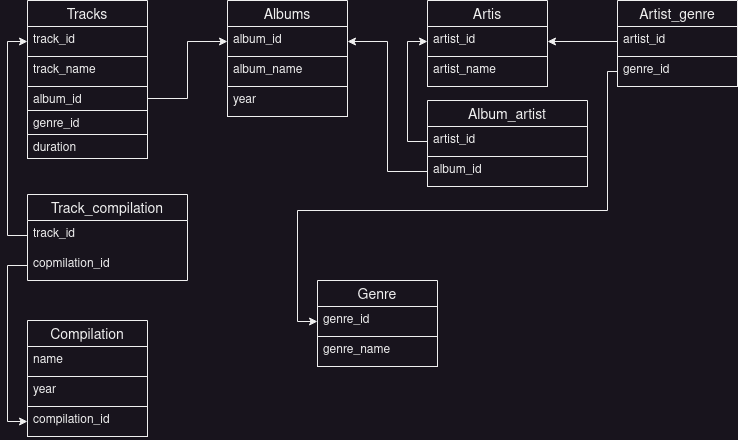
Above: schema2_1.png in gansbodom/dbs (draw.io), before the change. Source tidied: cells renumbered, new cells last; positions are measured from the earlier drawing's top-left corner, leaving out a move shared by most shapes. The source it was exported from:
```xml
<mxGraphModel>
  <root>
    <mxCell id="0" />
    <mxCell id="1" parent="0" />
    <mxCell id="2" value="Albums" style="swimlane;fontStyle=0;horizontal=1;startSize=26;align=center;fontSize=14;" parent="1" vertex="1">
      <mxGeometry x="200" width="120" height="116" as="geometry" />
    </mxCell>
    <mxCell id="3" value="album_id" style="text;strokeColor=default;fillColor=none;spacingLeft=4;spacingRight=4;overflow=hidden;points=[[0,0.5],[1,0.5]];portConstraint=eastwest;fontSize=12;whiteSpace=wrap;html=1;" parent="2" vertex="1">
      <mxGeometry y="26" width="120" height="30" as="geometry" />
    </mxCell>
    <mxCell id="4" value="album_name" style="text;strokeColor=default;fillColor=none;spacingLeft=4;spacingRight=4;overflow=hidden;fontSize=12;whiteSpace=wrap;html=1;" parent="2" vertex="1">
      <mxGeometry y="56" width="120" height="30" as="geometry" />
    </mxCell>
    <mxCell id="5" value="year" style="text;strokeColor=default;fillColor=none;spacingLeft=4;spacingRight=4;overflow=hidden;fontSize=12;whiteSpace=wrap;html=1;" parent="2" vertex="1">
      <mxGeometry y="86" width="120" height="30" as="geometry" />
    </mxCell>
    <mxCell id="6" value="Tracks" style="swimlane;fontStyle=0;horizontal=1;startSize=26;align=center;fontSize=14;" parent="1" vertex="1">
      <mxGeometry width="120" height="158" as="geometry" />
    </mxCell>
    <mxCell id="7" value="track_id" style="text;strokeColor=default;fillColor=none;spacingLeft=4;spacingRight=4;overflow=hidden;points=[[0,0.5],[1,0.5]];portConstraint=eastwest;fontSize=12;whiteSpace=wrap;html=1;" parent="6" vertex="1">
      <mxGeometry y="26" width="120" height="30" as="geometry" />
    </mxCell>
    <mxCell id="8" value="track_name" style="text;strokeColor=default;fillColor=none;spacingLeft=4;spacingRight=4;overflow=hidden;fontSize=12;whiteSpace=wrap;html=1;" parent="6" vertex="1">
      <mxGeometry y="56" width="120" height="30" as="geometry" />
    </mxCell>
    <mxCell id="9" value="album_id" style="text;strokeColor=default;fillColor=none;spacingLeft=4;spacingRight=4;overflow=hidden;points=[[0,0.5],[1,0.5]];portConstraint=eastwest;fontSize=12;whiteSpace=wrap;html=1;" parent="6" vertex="1">
      <mxGeometry y="86" width="120" height="24" as="geometry" />
    </mxCell>
    <mxCell id="10" value="genre_id" style="text;strokeColor=default;fillColor=none;spacingLeft=4;spacingRight=4;overflow=hidden;fontSize=12;whiteSpace=wrap;html=1;" parent="6" vertex="1">
      <mxGeometry y="110" width="120" height="24" as="geometry" />
    </mxCell>
    <mxCell id="11" value="duration" style="text;strokeColor=default;fillColor=none;spacingLeft=4;spacingRight=4;overflow=hidden;fontSize=12;whiteSpace=wrap;html=1;" parent="6" vertex="1">
      <mxGeometry y="134" width="120" height="24" as="geometry" />
    </mxCell>
    <mxCell id="12" value="Artis" style="swimlane;fontStyle=0;horizontal=1;startSize=26;align=center;fontSize=14;" parent="1" vertex="1">
      <mxGeometry x="400" width="120" height="86" as="geometry" />
    </mxCell>
    <mxCell id="13" value="&lt;div&gt;artist_id&lt;/div&gt;" style="text;strokeColor=default;fillColor=none;spacingLeft=4;spacingRight=4;overflow=hidden;points=[[0,0.5],[1,0.5]];portConstraint=eastwest;fontSize=12;whiteSpace=wrap;html=1;" parent="12" vertex="1">
      <mxGeometry y="26" width="120" height="30" as="geometry" />
    </mxCell>
    <mxCell id="14" value="artist_name" style="text;strokeColor=default;fillColor=none;spacingLeft=4;spacingRight=4;overflow=hidden;fontSize=12;whiteSpace=wrap;html=1;" parent="12" vertex="1">
      <mxGeometry y="56" width="120" height="30" as="geometry" />
    </mxCell>
    <mxCell id="15" value="Artist_genre" style="swimlane;fontStyle=0;horizontal=1;startSize=26;align=center;fontSize=14;" parent="1" vertex="1">
      <mxGeometry x="590" width="120" height="86" as="geometry" />
    </mxCell>
    <mxCell id="16" value="artist_id" style="text;strokeColor=default;fillColor=none;spacingLeft=4;spacingRight=4;overflow=hidden;points=[[0,0.5],[1,0.5]];portConstraint=eastwest;fontSize=12;whiteSpace=wrap;html=1;" parent="15" vertex="1">
      <mxGeometry y="26" width="120" height="30" as="geometry" />
    </mxCell>
    <mxCell id="17" value="genre_id" style="text;strokeColor=default;fillColor=none;spacingLeft=4;spacingRight=4;overflow=hidden;points=[[0,0.5],[1,0.5]];portConstraint=eastwest;fontSize=12;whiteSpace=wrap;html=1;" parent="15" vertex="1">
      <mxGeometry y="56" width="120" height="30" as="geometry" />
    </mxCell>
    <mxCell id="18" value="Genre" style="swimlane;fontStyle=0;horizontal=1;startSize=26;align=center;fontSize=14;" parent="1" vertex="1">
      <mxGeometry x="290" y="280" width="120" height="86" as="geometry" />
    </mxCell>
    <mxCell id="19" value="genre_id" style="text;strokeColor=default;fillColor=none;spacingLeft=4;spacingRight=4;overflow=hidden;points=[[0,0.5],[1,0.5]];portConstraint=eastwest;fontSize=12;whiteSpace=wrap;html=1;" parent="18" vertex="1">
      <mxGeometry y="26" width="120" height="30" as="geometry" />
    </mxCell>
    <mxCell id="20" value="genre_name" style="text;strokeColor=default;fillColor=none;spacingLeft=4;spacingRight=4;overflow=hidden;fontSize=12;whiteSpace=wrap;html=1;" parent="18" vertex="1">
      <mxGeometry y="56" width="120" height="30" as="geometry" />
    </mxCell>
    <mxCell id="21" value="Compilation" style="swimlane;fontStyle=0;horizontal=1;startSize=26;align=center;fontSize=14;" parent="1" vertex="1">
      <mxGeometry y="320" width="120" height="116" as="geometry" />
    </mxCell>
    <mxCell id="22" value="&lt;div&gt;name&lt;/div&gt;" style="text;strokeColor=default;fillColor=none;spacingLeft=4;spacingRight=4;overflow=hidden;fontSize=12;whiteSpace=wrap;html=1;" parent="21" vertex="1">
      <mxGeometry y="26" width="120" height="30" as="geometry" />
    </mxCell>
    <mxCell id="23" value="year" style="text;strokeColor=default;fillColor=none;spacingLeft=4;spacingRight=4;overflow=hidden;fontSize=12;whiteSpace=wrap;html=1;" parent="21" vertex="1">
      <mxGeometry y="56" width="120" height="30" as="geometry" />
    </mxCell>
    <mxCell id="24" value="compilation_id" style="text;strokeColor=default;fillColor=none;spacingLeft=4;spacingRight=4;overflow=hidden;points=[[0,0.5],[1,0.5]];portConstraint=eastwest;fontSize=12;whiteSpace=wrap;html=1;" parent="21" vertex="1">
      <mxGeometry y="86" width="120" height="30" as="geometry" />
    </mxCell>
    <mxCell id="25" value="Album_artist" style="swimlane;fontStyle=0;horizontal=1;startSize=26;align=center;fontSize=14;" parent="1" vertex="1">
      <mxGeometry x="400" y="100" width="160" height="86" as="geometry" />
    </mxCell>
    <mxCell id="26" value="artist_id" style="text;strokeColor=default;fillColor=none;spacingLeft=4;spacingRight=4;overflow=hidden;points=[[0,0.5],[1,0.5]];portConstraint=eastwest;fontSize=12;whiteSpace=wrap;html=1;" parent="25" vertex="1">
      <mxGeometry y="26" width="160" height="30" as="geometry" />
    </mxCell>
    <mxCell id="27" value="album_id" style="text;strokeColor=default;fillColor=none;spacingLeft=4;spacingRight=4;overflow=hidden;points=[[0,0.5],[1,0.5]];portConstraint=eastwest;fontSize=12;whiteSpace=wrap;html=1;" parent="25" vertex="1">
      <mxGeometry y="56" width="160" height="30" as="geometry" />
    </mxCell>
    <mxCell id="28" style="edgeStyle=orthogonalEdgeStyle;rounded=0;jettySize=auto;html=1;entryX=0;entryY=0.5;entryDx=0;entryDy=0;" parent="1" edge="1" source="9" target="3">
      <mxGeometry relative="1" as="geometry" />
    </mxCell>
    <mxCell id="29" style="edgeStyle=orthogonalEdgeStyle;rounded=0;jettySize=auto;html=1;entryX=0;entryY=0.5;entryDx=0;entryDy=0;" parent="1" edge="1" source="17" target="19">
      <mxGeometry relative="1" as="geometry">
        <Array as="points">
          <mxPoint x="580" y="71" />
          <mxPoint x="580" y="210" />
          <mxPoint x="270" y="210" />
          <mxPoint x="270" y="321" />
        </Array>
      </mxGeometry>
    </mxCell>
    <mxCell id="30" value="Track_compilation" style="swimlane;fontStyle=0;horizontal=1;startSize=26;align=center;fontSize=14;" parent="1" vertex="1">
      <mxGeometry y="194" width="160" height="86" as="geometry" />
    </mxCell>
    <mxCell id="31" value="track_id" style="text;strokeColor=none;fillColor=none;spacingLeft=4;spacingRight=4;overflow=hidden;points=[[0,0.5],[1,0.5]];portConstraint=eastwest;fontSize=12;whiteSpace=wrap;html=1;" parent="30" vertex="1">
      <mxGeometry y="26" width="160" height="30" as="geometry" />
    </mxCell>
    <mxCell id="32" value="copmilation_id" style="text;strokeColor=none;fillColor=none;spacingLeft=4;spacingRight=4;overflow=hidden;points=[[0,0.5],[1,0.5]];portConstraint=eastwest;fontSize=12;whiteSpace=wrap;html=1;" parent="30" vertex="1">
      <mxGeometry y="56" width="160" height="30" as="geometry" />
    </mxCell>
    <mxCell id="33" style="edgeStyle=orthogonalEdgeStyle;rounded=0;jettySize=auto;html=1;entryX=0;entryY=0.5;entryDx=0;entryDy=0;" parent="1" edge="1" source="31" target="7">
      <mxGeometry relative="1" as="geometry" />
    </mxCell>
    <mxCell id="34" style="edgeStyle=orthogonalEdgeStyle;rounded=0;jettySize=auto;html=1;entryX=0;entryY=0.5;entryDx=0;entryDy=0;" parent="1" edge="1" source="32" target="24">
      <mxGeometry relative="1" as="geometry" />
    </mxCell>
    <mxCell id="35" style="edgeStyle=orthogonalEdgeStyle;rounded=0;jettySize=auto;html=1;" parent="1" edge="1" source="27" target="3">
      <mxGeometry relative="1" as="geometry" />
    </mxCell>
    <mxCell id="36" style="edgeStyle=orthogonalEdgeStyle;rounded=0;jettySize=auto;html=1;entryX=0;entryY=0.5;entryDx=0;entryDy=0;" parent="1" edge="1" source="26" target="13">
      <mxGeometry relative="1" as="geometry" />
    </mxCell>
    <mxCell id="37" style="edgeStyle=orthogonalEdgeStyle;rounded=0;jettySize=auto;html=1;" parent="1" edge="1" source="16" target="13">
      <mxGeometry relative="1" as="geometry" />
    </mxCell>
  </root>
</mxGraphModel>
```
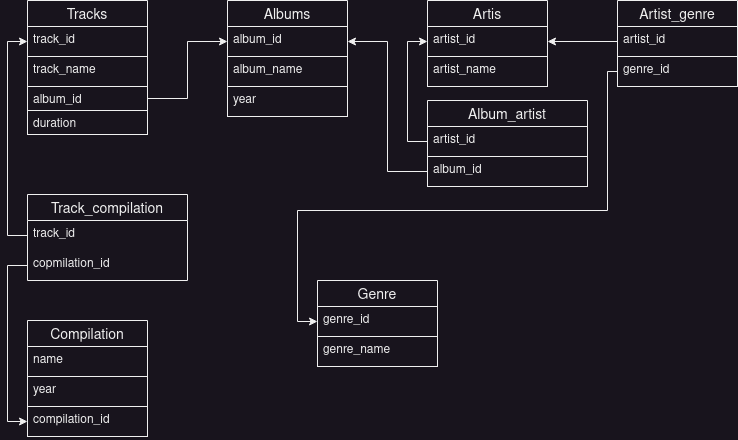
Above is the later version.

What changed in the source:
```diff
@@ -15,7 +15,7 @@
       <mxGeometry y="86" width="120" height="30" as="geometry" />
     </mxCell>
     <mxCell id="6" value="Tracks" style="swimlane;fontStyle=0;horizontal=1;startSize=26;align=center;fontSize=14;" parent="1" vertex="1">
-      <mxGeometry width="120" height="158" as="geometry" />
+      <mxGeometry width="120" height="134" as="geometry" />
     </mxCell>
     <mxCell id="7" value="track_id" style="text;strokeColor=default;fillColor=none;spacingLeft=4;spacingRight=4;overflow=hidden;points=[[0,0.5],[1,0.5]];portConstraint=eastwest;fontSize=12;whiteSpace=wrap;html=1;" parent="6" vertex="1">
       <mxGeometry y="26" width="120" height="30" as="geometry" />
@@ -26,11 +26,8 @@
     <mxCell id="9" value="album_id" style="text;strokeColor=default;fillColor=none;spacingLeft=4;spacingRight=4;overflow=hidden;points=[[0,0.5],[1,0.5]];portConstraint=eastwest;fontSize=12;whiteSpace=wrap;html=1;" parent="6" vertex="1">
       <mxGeometry y="86" width="120" height="24" as="geometry" />
     </mxCell>
-    <mxCell id="10" value="genre_id" style="text;strokeColor=default;fillColor=none;spacingLeft=4;spacingRight=4;overflow=hidden;fontSize=12;whiteSpace=wrap;html=1;" parent="6" vertex="1">
-      <mxGeometry y="110" width="120" height="24" as="geometry" />
-    </mxCell>
     <mxCell id="11" value="duration" style="text;strokeColor=default;fillColor=none;spacingLeft=4;spacingRight=4;overflow=hidden;fontSize=12;whiteSpace=wrap;html=1;" parent="6" vertex="1">
-      <mxGeometry y="134" width="120" height="24" as="geometry" />
+      <mxGeometry y="110" width="120" height="24" as="geometry" />
     </mxCell>
     <mxCell id="12" value="Artis" style="swimlane;fontStyle=0;horizontal=1;startSize=26;align=center;fontSize=14;" parent="1" vertex="1">
       <mxGeometry x="400" width="120" height="86" as="geometry" />
```
